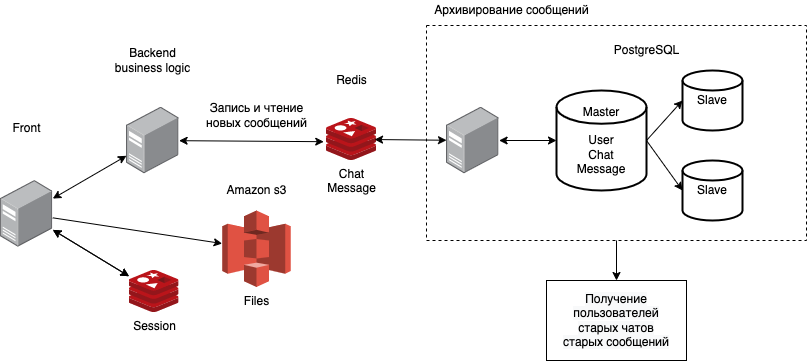
The draw.io diagram assets/physical_db.png in VladimirLunkin/HighLoad-WhatsApp, before a commit. Source tidied: cells renumbered, new cells last; positions are measured from the earlier drawing's top-left corner, leaving out a move shared by most shapes. The source it was exported from:
```xml
<mxGraphModel>
  <root>
    <mxCell id="0" />
    <mxCell id="1" parent="0" />
    <mxCell id="2" style="rounded=0;jettySize=auto;html=1;exitX=1;exitY=0.5;exitDx=0;exitDy=0;exitPerimeter=0;entryX=0;entryY=0.5;entryDx=0;entryDy=0;entryPerimeter=0;" parent="1" edge="1" source="4" target="5">
      <mxGeometry relative="1" as="geometry" />
    </mxCell>
    <mxCell id="3" style="edgeStyle=none;rounded=0;jettySize=auto;html=1;exitX=1;exitY=0.5;exitDx=0;exitDy=0;exitPerimeter=0;entryX=0;entryY=0.5;entryDx=0;entryDy=0;entryPerimeter=0;" parent="1" edge="1" source="4" target="6">
      <mxGeometry relative="1" as="geometry" />
    </mxCell>
    <mxCell id="4" value="Master&lt;br&gt;&lt;br&gt;User&lt;br&gt;Chat&lt;br&gt;Message" style="strokeWidth=2;html=1;shape=mxgraph.flowchart.database;whiteSpace=wrap;" parent="1" vertex="1">
      <mxGeometry x="556" y="90" width="90" height="100" as="geometry" />
    </mxCell>
    <mxCell id="5" value="Slave" style="strokeWidth=2;html=1;shape=mxgraph.flowchart.database;whiteSpace=wrap;" parent="1" vertex="1">
      <mxGeometry x="682" y="70" width="60" height="60" as="geometry" />
    </mxCell>
    <mxCell id="6" value="Slave" style="strokeWidth=2;html=1;shape=mxgraph.flowchart.database;whiteSpace=wrap;" parent="1" vertex="1">
      <mxGeometry x="682" y="160" width="60" height="60" as="geometry" />
    </mxCell>
    <mxCell id="7" value="Chat&lt;br&gt;Message" style="sketch=0;html=1;points=[];align=center;image;fontSize=12;image=img/lib/mscae/Cache_Redis_Product.svg;" parent="1" vertex="1">
      <mxGeometry x="326" y="118" width="50" height="42" as="geometry" />
    </mxCell>
    <mxCell id="8" value="PostgreSQL" style="text;html=1;align=center;verticalAlign=middle;strokeColor=none;fillColor=none;" parent="1" vertex="1">
      <mxGeometry x="606" y="40" width="80" height="20" as="geometry" />
    </mxCell>
    <mxCell id="9" value="Redis" style="text;html=1;align=center;verticalAlign=middle;strokeColor=none;fillColor=none;" parent="1" vertex="1">
      <mxGeometry x="326" y="70" width="50" height="20" as="geometry" />
    </mxCell>
    <mxCell id="10" value="Запись и чтение&lt;br&gt;новых сообщений" style="text;html=1;align=center;verticalAlign=middle;strokeColor=none;fillColor=none;" parent="1" vertex="1">
      <mxGeometry x="196" y="100" width="120" height="30" as="geometry" />
    </mxCell>
    <mxCell id="11" value="Архивирование сообщений" style="text;html=1;align=center;verticalAlign=middle;strokeColor=none;fillColor=none;" parent="1" vertex="1">
      <mxGeometry x="426" width="170" height="20" as="geometry" />
    </mxCell>
    <mxCell id="12" style="edgeStyle=none;rounded=0;jettySize=auto;html=1;entryX=-0.055;entryY=0.552;entryDx=0;entryDy=0;entryPerimeter=0;startArrow=classic;startFill=1;endArrow=classic;endFill=1;" parent="1" edge="1" source="14" target="7">
      <mxGeometry relative="1" as="geometry" />
    </mxCell>
    <mxCell id="13" style="edgeStyle=none;rounded=0;jettySize=auto;html=1;startArrow=none;startFill=0;endArrow=classic;endFill=1;" parent="1" edge="1" source="25" target="28">
      <mxGeometry relative="1" as="geometry" />
    </mxCell>
    <mxCell id="14" style="points=[];html=1;align=center;shadow=0;dashed=0;image;image=img/lib/allied_telesis/computer_and_terminals/Server_Desktop.svg;" parent="1" vertex="1">
      <mxGeometry x="126" y="106.7" width="52.6" height="66.7" as="geometry" />
    </mxCell>
    <mxCell id="15" value="Backend&lt;br&gt;business logic" style="text;html=1;align=center;verticalAlign=middle;strokeColor=none;fillColor=none;" parent="1" vertex="1">
      <mxGeometry x="107.3" y="45" width="90" height="30" as="geometry" />
    </mxCell>
    <mxCell id="16" style="edgeStyle=none;rounded=0;jettySize=auto;html=1;startArrow=classic;startFill=1;endArrow=classic;endFill=1;" parent="1" edge="1" source="18" target="4">
      <mxGeometry relative="1" as="geometry" />
    </mxCell>
    <mxCell id="17" style="edgeStyle=none;rounded=0;jettySize=auto;html=1;startArrow=classic;startFill=1;endArrow=classic;endFill=1;entryX=0.961;entryY=0.501;entryDx=0;entryDy=0;entryPerimeter=0;" parent="1" edge="1" source="18" target="7">
      <mxGeometry relative="1" as="geometry" />
    </mxCell>
    <mxCell id="18" style="points=[];html=1;align=center;shadow=0;dashed=0;image;image=img/lib/allied_telesis/computer_and_terminals/Server_Desktop.svg;" parent="1" vertex="1">
      <mxGeometry x="446" y="106.7" width="52.6" height="66.7" as="geometry" />
    </mxCell>
    <mxCell id="19" style="edgeStyle=none;rounded=0;jettySize=auto;html=1;startArrow=none;startFill=0;endArrow=classic;endFill=1;" parent="1" edge="1" source="20" target="27">
      <mxGeometry relative="1" as="geometry" />
    </mxCell>
    <mxCell id="20" style="rounded=0;whiteSpace=wrap;html=1;dashed=1;fillColor=none;" parent="1" vertex="1">
      <mxGeometry x="426" y="25" width="380" height="215" as="geometry" />
    </mxCell>
    <mxCell id="21" value="Session" style="sketch=0;html=1;points=[];align=center;image;fontSize=12;image=img/lib/mscae/Cache_Redis_Product.svg;" parent="1" vertex="1">
      <mxGeometry x="128.6" y="270" width="50" height="42" as="geometry" />
    </mxCell>
    <mxCell id="22" style="edgeStyle=none;rounded=0;jettySize=auto;html=1;startArrow=classic;startFill=1;endArrow=classic;endFill=1;" parent="1" edge="1" source="25" target="21">
      <mxGeometry relative="1" as="geometry" />
    </mxCell>
    <mxCell id="23" style="edgeStyle=none;rounded=0;jettySize=auto;html=1;startArrow=classic;startFill=1;endArrow=classic;endFill=1;" parent="1" edge="1" source="25" target="21">
      <mxGeometry relative="1" as="geometry" />
    </mxCell>
    <mxCell id="24" style="edgeStyle=none;rounded=0;jettySize=auto;html=1;startArrow=classic;startFill=1;endArrow=classic;endFill=1;" parent="1" edge="1" source="25" target="14">
      <mxGeometry relative="1" as="geometry" />
    </mxCell>
    <mxCell id="25" style="points=[];html=1;align=center;shadow=0;dashed=0;image;image=img/lib/allied_telesis/computer_and_terminals/Server_Desktop.svg;" parent="1" vertex="1">
      <mxGeometry x="-0.3" y="180" width="52.6" height="66.7" as="geometry" />
    </mxCell>
    <mxCell id="26" value="Front" style="text;html=1;align=center;verticalAlign=middle;strokeColor=none;fillColor=none;" parent="1" vertex="1">
      <mxGeometry x="6" y="118" width="40" height="20" as="geometry" />
    </mxCell>
    <mxCell id="27" value="&lt;meta charset=&quot;utf-8&quot;&gt;&lt;span style=&quot;color: rgb(0, 0, 0); font-family: Helvetica; font-size: 12px; font-style: normal; font-variant-ligatures: normal; font-variant-caps: normal; font-weight: 400; letter-spacing: normal; orphans: 2; text-align: center; text-indent: 0px; text-transform: none; widows: 2; word-spacing: 0px; -webkit-text-stroke-width: 0px; background-color: rgb(248, 249, 250); text-decoration-thickness: initial; text-decoration-style: initial; text-decoration-color: initial; float: none; display: inline !important;&quot;&gt;Получение пользователей&lt;/span&gt;&lt;br style=&quot;color: rgb(0, 0, 0); font-family: Helvetica; font-size: 12px; font-style: normal; font-variant-ligatures: normal; font-variant-caps: normal; font-weight: 400; letter-spacing: normal; orphans: 2; text-align: center; text-indent: 0px; text-transform: none; widows: 2; word-spacing: 0px; -webkit-text-stroke-width: 0px; background-color: rgb(248, 249, 250); text-decoration-thickness: initial; text-decoration-style: initial; text-decoration-color: initial;&quot;&gt;&lt;span style=&quot;color: rgb(0, 0, 0); font-family: Helvetica; font-size: 12px; font-style: normal; font-variant-ligatures: normal; font-variant-caps: normal; font-weight: 400; letter-spacing: normal; orphans: 2; text-align: center; text-indent: 0px; text-transform: none; widows: 2; word-spacing: 0px; -webkit-text-stroke-width: 0px; background-color: rgb(248, 249, 250); text-decoration-thickness: initial; text-decoration-style: initial; text-decoration-color: initial; float: none; display: inline !important;&quot;&gt;старых чатов&lt;/span&gt;&lt;br style=&quot;color: rgb(0, 0, 0); font-family: Helvetica; font-size: 12px; font-style: normal; font-variant-ligatures: normal; font-variant-caps: normal; font-weight: 400; letter-spacing: normal; orphans: 2; text-align: center; text-indent: 0px; text-transform: none; widows: 2; word-spacing: 0px; -webkit-text-stroke-width: 0px; background-color: rgb(248, 249, 250); text-decoration-thickness: initial; text-decoration-style: initial; text-decoration-color: initial;&quot;&gt;&lt;span style=&quot;color: rgb(0, 0, 0); font-family: Helvetica; font-size: 12px; font-style: normal; font-variant-ligatures: normal; font-variant-caps: normal; font-weight: 400; letter-spacing: normal; orphans: 2; text-align: center; text-indent: 0px; text-transform: none; widows: 2; word-spacing: 0px; -webkit-text-stroke-width: 0px; background-color: rgb(248, 249, 250); text-decoration-thickness: initial; text-decoration-style: initial; text-decoration-color: initial; float: none; display: inline !important;&quot;&gt;старых сообщений&lt;/span&gt;" style="rounded=0;whiteSpace=wrap;html=1;fillColor=default;" parent="1" vertex="1">
      <mxGeometry x="546" y="280" width="140" height="80" as="geometry" />
    </mxCell>
    <mxCell id="28" value="Files" style="outlineConnect=0;dashed=0;verticalLabelPosition=bottom;verticalAlign=top;align=center;html=1;shape=mxgraph.aws3.s3;fillColor=#E05243;gradientColor=none;" parent="1" vertex="1">
      <mxGeometry x="221.7" y="210" width="68.7" height="76.5" as="geometry" />
    </mxCell>
    <mxCell id="29" value="Amazon s3" style="text;html=1;align=center;verticalAlign=middle;strokeColor=none;fillColor=none;" parent="1" vertex="1">
      <mxGeometry x="216" y="180" width="80" height="20" as="geometry" />
    </mxCell>
  </root>
</mxGraphModel>
```
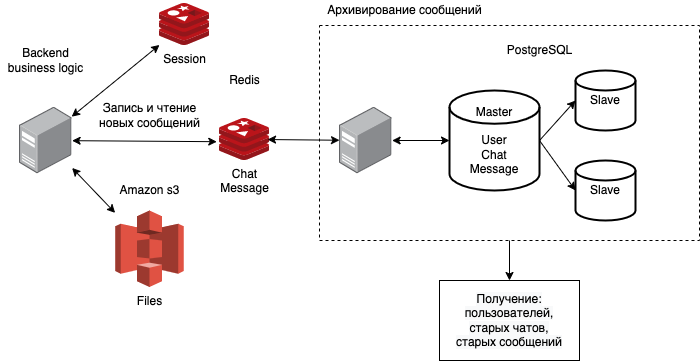
The same file after the commit.

The edit, as a diff of the source:
```diff
@@ -35,9 +35,9 @@
     <mxCell id="12" style="edgeStyle=none;rounded=0;jettySize=auto;html=1;entryX=-0.055;entryY=0.552;entryDx=0;entryDy=0;entryPerimeter=0;startArrow=classic;startFill=1;endArrow=classic;endFill=1;" parent="1" edge="1" source="14" target="7">
       <mxGeometry relative="1" as="geometry" />
     </mxCell>
-    <mxCell id="13" style="edgeStyle=none;rounded=0;jettySize=auto;html=1;startArrow=none;startFill=0;endArrow=classic;endFill=1;" parent="1" edge="1" source="25" target="28">
-      <mxGeometry relative="1" as="geometry" />
-    </mxCell>
+    <mxCell id="30" style="edgeStyle=none;rounded=0;jettySize=auto;html=1;startArrow=classic;startFill=1;endArrow=classic;endFill=1;" parent="1" edge="1" source="14" target="28">
+      <mxGeometry relative="1" as="geometry" />
+    </mxCell>
     <mxCell id="14" style="points=[];html=1;align=center;shadow=0;dashed=0;image;image=img/lib/allied_telesis/computer_and_terminals/Server_Desktop.svg;" parent="1" vertex="1">
       <mxGeometry x="126" y="106.7" width="52.6" height="66.7" as="geometry" />
     </mxCell>
@@ -53,33 +53,21 @@
     <mxCell id="18" style="points=[];html=1;align=center;shadow=0;dashed=0;image;image=img/lib/allied_telesis/computer_and_terminals/Server_Desktop.svg;" parent="1" vertex="1">
       <mxGeometry x="446" y="106.7" width="52.6" height="66.7" as="geometry" />
     </mxCell>
-    <mxCell id="19" style="edgeStyle=none;rounded=0;jettySize=auto;html=1;startArrow=none;startFill=0;endArrow=classic;endFill=1;" parent="1" edge="1" source="20" target="27">
-      <mxGeometry relative="1" as="geometry" />
-    </mxCell>
+    <mxCell id="31" style="edgeStyle=none;rounded=0;jettySize=auto;html=1;startArrow=none;startFill=0;endArrow=classic;endFill=1;" parent="1" edge="1" source="20" target="33">
+      <mxGeometry relative="1" as="geometry" />
+    </mxCell>
     <mxCell id="20" style="rounded=0;whiteSpace=wrap;html=1;dashed=1;fillColor=none;" parent="1" vertex="1">
       <mxGeometry x="426" y="25" width="380" height="215" as="geometry" />
     </mxCell>
     <mxCell id="21" value="Session" style="sketch=0;html=1;points=[];align=center;image;fontSize=12;image=img/lib/mscae/Cache_Redis_Product.svg;" parent="1" vertex="1">
-      <mxGeometry x="128.6" y="270" width="50" height="42" as="geometry" />
+      <mxGeometry x="266" y="3" width="50" height="42" as="geometry" />
     </mxCell>
-    <mxCell id="22" style="edgeStyle=none;rounded=0;jettySize=auto;html=1;startArrow=classic;startFill=1;endArrow=classic;endFill=1;" parent="1" edge="1" source="25" target="21">
-      <mxGeometry relative="1" as="geometry" />
-    </mxCell>
-    <mxCell id="23" style="edgeStyle=none;rounded=0;jettySize=auto;html=1;startArrow=classic;startFill=1;endArrow=classic;endFill=1;" parent="1" edge="1" source="25" target="21">
-      <mxGeometry relative="1" as="geometry" />
-    </mxCell>
-    <mxCell id="24" style="edgeStyle=none;rounded=0;jettySize=auto;html=1;startArrow=classic;startFill=1;endArrow=classic;endFill=1;" parent="1" edge="1" source="25" target="14">
-      <mxGeometry relative="1" as="geometry" />
-    </mxCell>
-    <mxCell id="25" style="points=[];html=1;align=center;shadow=0;dashed=0;image;image=img/lib/allied_telesis/computer_and_terminals/Server_Desktop.svg;" parent="1" vertex="1">
-      <mxGeometry x="-0.3" y="180" width="52.6" height="66.7" as="geometry" />
-    </mxCell>
-    <mxCell id="26" value="Front" style="text;html=1;align=center;verticalAlign=middle;strokeColor=none;fillColor=none;" parent="1" vertex="1">
-      <mxGeometry x="6" y="118" width="40" height="20" as="geometry" />
-    </mxCell>
-    <mxCell id="27" value="&lt;meta charset=&quot;utf-8&quot;&gt;&lt;span style=&quot;color: rgb(0, 0, 0); font-family: Helvetica; font-size: 12px; font-style: normal; font-variant-ligatures: normal; font-variant-caps: normal; font-weight: 400; letter-spacing: normal; orphans: 2; text-align: center; text-indent: 0px; text-transform: none; widows: 2; word-spacing: 0px; -webkit-text-stroke-width: 0px; background-color: rgb(248, 249, 250); text-decoration-thickness: initial; text-decoration-style: initial; text-decoration-color: initial; float: none; display: inline !important;&quot;&gt;Получение пользователей&lt;/span&gt;&lt;br style=&quot;color: rgb(0, 0, 0); font-family: Helvetica; font-size: 12px; font-style: normal; font-variant-ligatures: normal; font-variant-caps: normal; font-weight: 400; letter-spacing: normal; orphans: 2; text-align: center; text-indent: 0px; text-transform: none; widows: 2; word-spacing: 0px; -webkit-text-stroke-width: 0px; background-color: rgb(248, 249, 250); text-decoration-thickness: initial; text-decoration-style: initial; text-decoration-color: initial;&quot;&gt;&lt;span style=&quot;color: rgb(0, 0, 0); font-family: Helvetica; font-size: 12px; font-style: normal; font-variant-ligatures: normal; font-variant-caps: normal; font-weight: 400; letter-spacing: normal; orphans: 2; text-align: center; text-indent: 0px; text-transform: none; widows: 2; word-spacing: 0px; -webkit-text-stroke-width: 0px; background-color: rgb(248, 249, 250); text-decoration-thickness: initial; text-decoration-style: initial; text-decoration-color: initial; float: none; display: inline !important;&quot;&gt;старых чатов&lt;/span&gt;&lt;br style=&quot;color: rgb(0, 0, 0); font-family: Helvetica; font-size: 12px; font-style: normal; font-variant-ligatures: normal; font-variant-caps: normal; font-weight: 400; letter-spacing: normal; orphans: 2; text-align: center; text-indent: 0px; text-transform: none; widows: 2; word-spacing: 0px; -webkit-text-stroke-width: 0px; background-color: rgb(248, 249, 250); text-decoration-thickness: initial; text-decoration-style: initial; text-decoration-color: initial;&quot;&gt;&lt;span style=&quot;color: rgb(0, 0, 0); font-family: Helvetica; font-size: 12px; font-style: normal; font-variant-ligatures: normal; font-variant-caps: normal; font-weight: 400; letter-spacing: normal; orphans: 2; text-align: center; text-indent: 0px; text-transform: none; widows: 2; word-spacing: 0px; -webkit-text-stroke-width: 0px; background-color: rgb(248, 249, 250); text-decoration-thickness: initial; text-decoration-style: initial; text-decoration-color: initial; float: none; display: inline !important;&quot;&gt;старых сообщений&lt;/span&gt;" style="rounded=0;whiteSpace=wrap;html=1;fillColor=default;" parent="1" vertex="1">
-      <mxGeometry x="546" y="280" width="140" height="80" as="geometry" />
-    </mxCell>
+    <mxCell id="32" style="edgeStyle=none;rounded=0;jettySize=auto;html=1;startArrow=classic;startFill=1;endArrow=classic;endFill=1;exitX=0.992;exitY=0.143;exitDx=0;exitDy=0;exitPerimeter=0;" parent="1" edge="1" source="14" target="21">
+      <mxGeometry relative="1" as="geometry" />
+    </mxCell>
+    <mxCell id="33" value="&lt;span style=&quot;color: rgb(0, 0, 0); font-family: Helvetica; font-size: 12px; font-style: normal; font-variant-ligatures: normal; font-variant-caps: normal; font-weight: 400; letter-spacing: normal; orphans: 2; text-align: center; text-indent: 0px; text-transform: none; widows: 2; word-spacing: 0px; -webkit-text-stroke-width: 0px; background-color: rgb(248, 249, 250); text-decoration-thickness: initial; text-decoration-style: initial; text-decoration-color: initial; float: none; display: inline !important;&quot;&gt;Получение: пользователей,&lt;/span&gt;&lt;br style=&quot;color: rgb(0, 0, 0); font-family: Helvetica; font-size: 12px; font-style: normal; font-variant-ligatures: normal; font-variant-caps: normal; font-weight: 400; letter-spacing: normal; orphans: 2; text-align: center; text-indent: 0px; text-transform: none; widows: 2; word-spacing: 0px; -webkit-text-stroke-width: 0px; background-color: rgb(248, 249, 250); text-decoration-thickness: initial; text-decoration-style: initial; text-decoration-color: initial;&quot;&gt;&lt;span style=&quot;color: rgb(0, 0, 0); font-family: Helvetica; font-size: 12px; font-style: normal; font-variant-ligatures: normal; font-variant-caps: normal; font-weight: 400; letter-spacing: normal; orphans: 2; text-align: center; text-indent: 0px; text-transform: none; widows: 2; word-spacing: 0px; -webkit-text-stroke-width: 0px; background-color: rgb(248, 249, 250); text-decoration-thickness: initial; text-decoration-style: initial; text-decoration-color: initial; float: none; display: inline !important;&quot;&gt;старых чатов,&lt;/span&gt;&lt;br style=&quot;color: rgb(0, 0, 0); font-family: Helvetica; font-size: 12px; font-style: normal; font-variant-ligatures: normal; font-variant-caps: normal; font-weight: 400; letter-spacing: normal; orphans: 2; text-align: center; text-indent: 0px; text-transform: none; widows: 2; word-spacing: 0px; -webkit-text-stroke-width: 0px; background-color: rgb(248, 249, 250); text-decoration-thickness: initial; text-decoration-style: initial; text-decoration-color: initial;&quot;&gt;&lt;span style=&quot;color: rgb(0, 0, 0); font-family: Helvetica; font-size: 12px; font-style: normal; font-variant-ligatures: normal; font-variant-caps: normal; font-weight: 400; letter-spacing: normal; orphans: 2; text-align: center; text-indent: 0px; text-transform: none; widows: 2; word-spacing: 0px; -webkit-text-stroke-width: 0px; background-color: rgb(248, 249, 250); text-decoration-thickness: initial; text-decoration-style: initial; text-decoration-color: initial; float: none; display: inline !important;&quot;&gt;старых сообщений&lt;/span&gt;" style="rounded=0;whiteSpace=wrap;html=1;fillColor=default;" parent="1" vertex="1">
+      <mxGeometry x="546" y="280" width="140" height="80" as="geometry" />
+    </mxCell>
     <mxCell id="28" value="Files" style="outlineConnect=0;dashed=0;verticalLabelPosition=bottom;verticalAlign=top;align=center;html=1;shape=mxgraph.aws3.s3;fillColor=#E05243;gradientColor=none;" parent="1" vertex="1">
       <mxGeometry x="221.7" y="210" width="68.7" height="76.5" as="geometry" />
     </mxCell>
```
